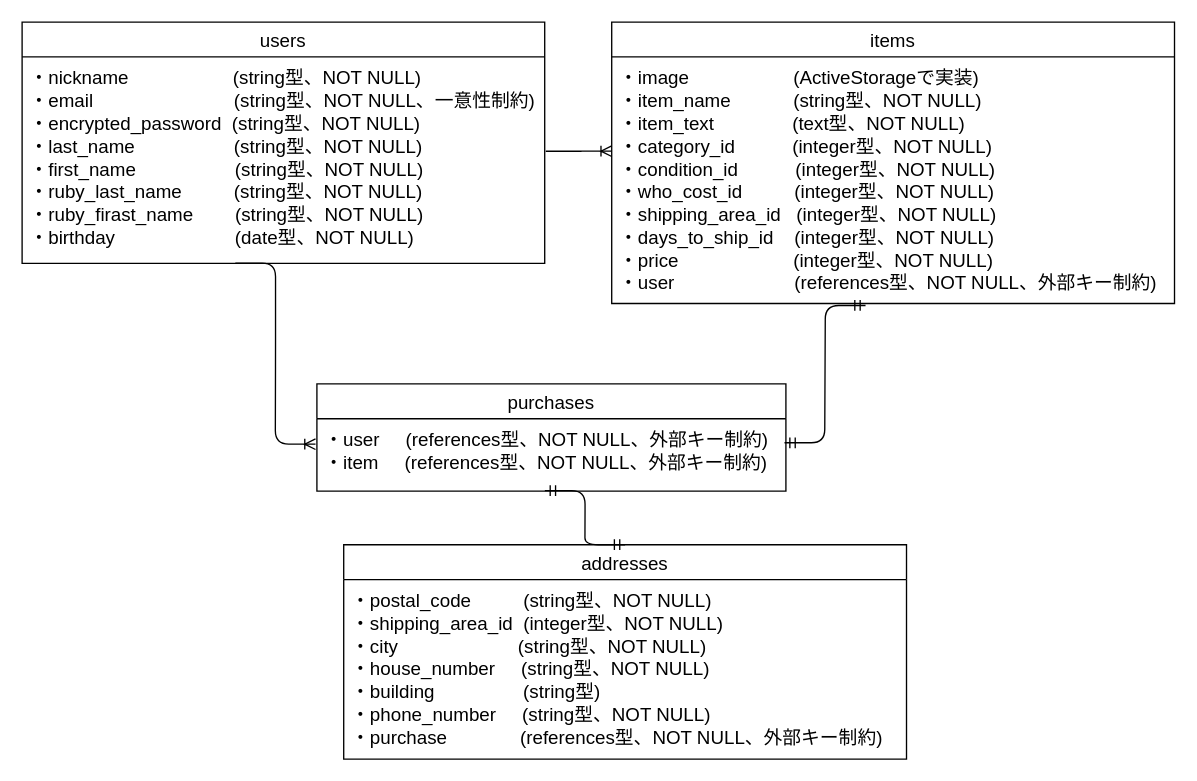
Before: table.dio in kimoto-naoki/furima-35589, a draw.io diagram. Source tidied: cells renumbered, new cells numbered last; positions are measured from the earlier drawing's top-left corner, leaving out a move shared by most shapes. Both pictures are drawn from the tidied source at 134%, with x=0, y=0 at pixel (21, 21).
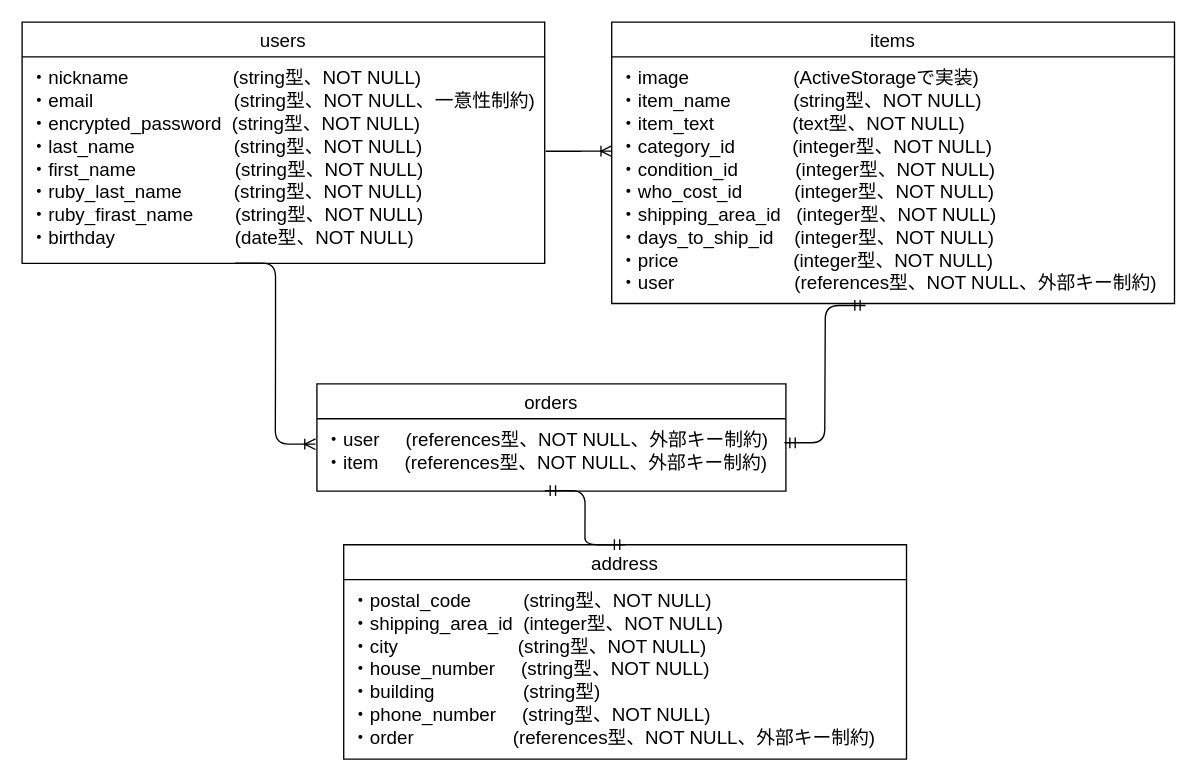
Above is the later version.

Commit message (it also covers changes not shown here):
テーブル名の変更

Diff of the diagram source:
```diff
@@
 <mxGraphModel>
   <root>
     <mxCell id="0" />
     <mxCell id="1" parent="0" />
     <mxCell id="2" value="users" style="swimlane;fontStyle=0;horizontal=1;startSize=26;align=center;fontSize=14;" parent="1" vertex="1">
       <mxGeometry width="390" height="180" as="geometry" />
     </mxCell>
     <mxCell id="3" value="・nickname                    (string型、NOT NULL)&#10;・email                           (string型、NOT NULL、一意性制約)&#10;・encrypted_password  (string型、NOT NULL)&#10;・last_name                   (string型、NOT NULL)&#10;・first_name                   (string型、NOT NULL)&#10;・ruby_last_name          (string型、NOT NULL)&#10;・ruby_firast_name        (string型、NOT NULL)&#10;・birthday                       (date型、NOT NULL)" style="text;strokeColor=none;fillColor=none;spacingLeft=4;spacingRight=4;overflow=hidden;points=[[0,0.5],[1,0.5]];portConstraint=eastwest;fontSize=14;spacingBottom=4;spacingTop=1;" parent="2" vertex="1">
       <mxGeometry y="26" width="390" height="154" as="geometry" />
     </mxCell>
     <mxCell id="4" value="items" style="swimlane;fontStyle=0;horizontal=1;startSize=26;align=center;fontSize=14;" parent="1" vertex="1">
       <mxGeometry x="440" width="420" height="210" as="geometry" />
     </mxCell>
     <mxCell id="5" value="・image                    (ActiveStorageで実装)&#10;・item_name            (string型、NOT NULL)&#10;・item_text               (text型、NOT NULL)&#10;・category_id           (integer型、NOT NULL)&#10;・condition_id           (integer型、NOT NULL)&#10;・who_cost_id          (integer型、NOT NULL)&#10;・shipping_area_id   (integer型、NOT NULL)&#10;・days_to_ship_id    (integer型、NOT NULL)&#10;・price                      (integer型、NOT NULL)&#10;・user                       (references型、NOT NULL、外部キー制約)" style="text;strokeColor=none;fillColor=none;spacingLeft=4;spacingRight=4;overflow=hidden;points=[[0,0.5],[1,0.5]];portConstraint=eastwest;fontSize=14;spacingBottom=4;spacingTop=1;" parent="4" vertex="1">
       <mxGeometry y="26" width="420" height="184" as="geometry" />
     </mxCell>
-    <mxCell id="6" value="purchases" style="swimlane;fontStyle=0;horizontal=1;startSize=26;align=center;fontSize=14;" parent="1" vertex="1">
+    <mxCell id="6" value="orders" style="swimlane;fontStyle=0;horizontal=1;startSize=26;align=center;fontSize=14;" parent="1" vertex="1">
       <mxGeometry x="220" y="270" width="350" height="80" as="geometry" />
     </mxCell>
     <mxCell id="7" value="・user     (references型、NOT NULL、外部キー制約)&#10;・item     (references型、NOT NULL、外部キー制約)" style="text;strokeColor=none;fillColor=none;spacingLeft=4;spacingRight=4;overflow=hidden;points=[[0,0.5],[1,0.5]];portConstraint=eastwest;fontSize=14;spacingBottom=4;spacingTop=1;" parent="6" vertex="1">
       <mxGeometry y="26" width="350" height="54" as="geometry" />
     </mxCell>
     <mxCell id="8" style="edgeStyle=entityRelationEdgeStyle;fontSize=12;html=1;endArrow=ERoneToMany;exitX=1.002;exitY=0.457;exitDx=0;exitDy=0;exitPerimeter=0;entryX=0;entryY=0.382;entryDx=0;entryDy=0;entryPerimeter=0;" parent="1" edge="1" source="3" target="5">
       <mxGeometry relative="1" as="geometry" />
     </mxCell>
     <mxCell id="9" style="edgeStyle=entityRelationEdgeStyle;fontSize=12;html=1;endArrow=ERoneToMany;entryX=-0.003;entryY=0.351;entryDx=0;entryDy=0;entryPerimeter=0;exitX=0.408;exitY=0.999;exitDx=0;exitDy=0;exitPerimeter=0;" parent="1" edge="1" source="3" target="7">
       <mxGeometry relative="1" as="geometry" />
     </mxCell>
-    <mxCell id="10" value="addresses" style="swimlane;fontStyle=0;horizontal=1;startSize=26;align=center;fontSize=14;" parent="1" vertex="1">
+    <mxCell id="10" value="address" style="swimlane;fontStyle=0;horizontal=1;startSize=26;align=center;fontSize=14;" parent="1" vertex="1">
       <mxGeometry x="240" y="390" width="420" height="160" as="geometry" />
     </mxCell>
-    <mxCell id="11" value="・postal_code          (string型、NOT NULL)&#10;・shipping_area_id  (integer型、NOT NULL)&#10;・city                       (string型、NOT NULL)&#10;・house_number     (string型、NOT NULL)&#10;・building                 (string型)&#10;・phone_number     (string型、NOT NULL)&#10;・purchase              (references型、NOT NULL、外部キー制約)" style="text;strokeColor=none;fillColor=none;spacingLeft=4;spacingRight=4;overflow=hidden;fontSize=14;spacingBottom=4;spacingTop=1;" parent="10" vertex="1">
+    <mxCell id="11" value="・postal_code          (string型、NOT NULL)&#10;・shipping_area_id  (integer型、NOT NULL)&#10;・city                       (string型、NOT NULL)&#10;・house_number     (string型、NOT NULL)&#10;・building                 (string型)&#10;・phone_number     (string型、NOT NULL)&#10;・order                   (references型、NOT NULL、外部キー制約)" style="text;strokeColor=none;fillColor=none;spacingLeft=4;spacingRight=4;overflow=hidden;fontSize=14;spacingBottom=4;spacingTop=1;" parent="10" vertex="1">
       <mxGeometry y="26" width="420" height="134" as="geometry" />
     </mxCell>
     <mxCell id="12" style="edgeStyle=entityRelationEdgeStyle;fontSize=12;html=1;endArrow=ERmandOne;startArrow=ERmandOne;entryX=0.5;entryY=0;entryDx=0;entryDy=0;exitX=0.486;exitY=0.993;exitDx=0;exitDy=0;exitPerimeter=0;" parent="1" edge="1" source="7" target="10">
       <mxGeometry relative="1" as="geometry" />
     </mxCell>
     <mxCell id="13" style="edgeStyle=entityRelationEdgeStyle;fontSize=12;html=1;endArrow=ERmandOne;startArrow=ERmandOne;exitX=0.997;exitY=0.332;exitDx=0;exitDy=0;exitPerimeter=0;entryX=0.451;entryY=1.008;entryDx=0;entryDy=0;entryPerimeter=0;" parent="1" edge="1" source="7" target="5">
       <mxGeometry relative="1" as="geometry" />
     </mxCell>
   </root>
 </mxGraphModel>
```
